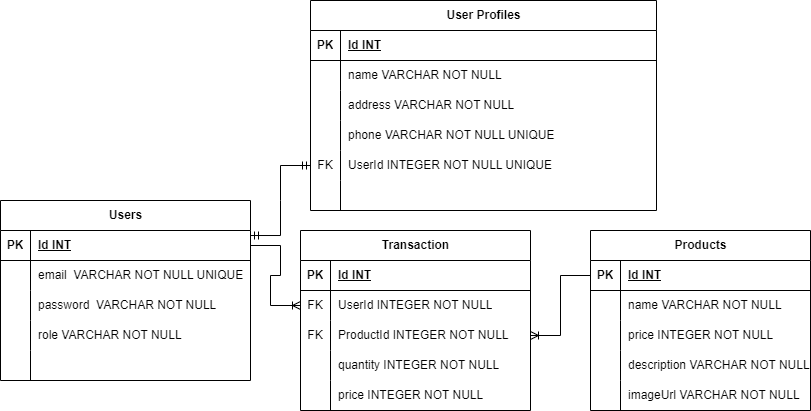
Earlier version of the draw.io export schema.drawio.png (carloshakim00/Pair-Project-Group-7). Source tidied: cells renumbered, new cells last; positions are measured from the earlier drawing's top-left corner, leaving out a move shared by most shapes.
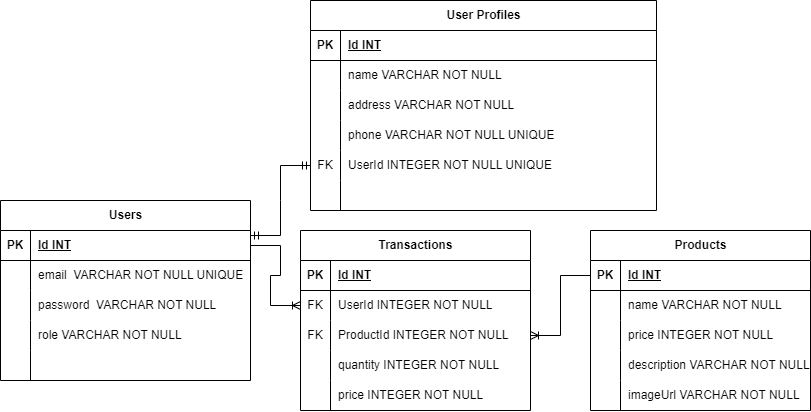
The same diagram one commit later.

The edit, as a diff of the source:
```diff
@@ -158,7 +158,7 @@
     <mxCell id="53" value="imageUrl VARCHAR NOT NULL" style="shape=partialRectangle;fillColor=none;top=0;left=0;bottom=0;right=0;align=left;spacingLeft=6;overflow=hidden;whiteSpace=wrap;html=1;" parent="51" vertex="1">
       <mxGeometry x="30" width="190" height="30" as="geometry" />
     </mxCell>
-    <mxCell id="54" value="Transaction" style="shape=table;startSize=30;rowLines=0;fontStyle=1;align=center;html=1;" parent="1" vertex="1">
+    <mxCell id="54" value="Transactions" style="shape=table;startSize=30;rowLines=0;fontStyle=1;align=center;html=1;" parent="1" vertex="1">
       <mxGeometry x="300" y="230" width="230" height="180" as="geometry" />
     </mxCell>
     <mxCell id="55" style="shape=tableRow;horizontal=0;startSize=0;swimlaneHead=0;swimlaneBody=0;fillColor=none;top=0;left=0;right=0;bottom=1;" parent="54" vertex="1">
```
